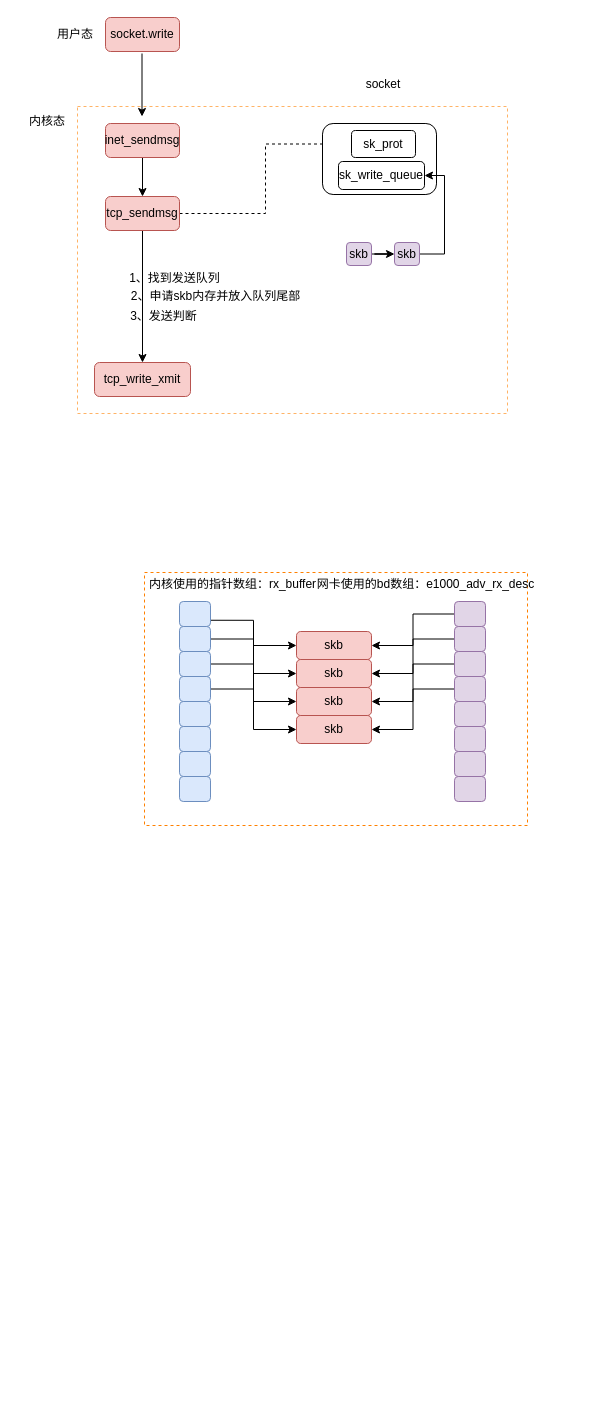
This is linux/Linux内核是如何发送数据的.drawio from xmopen/drawio, a draw.io file, before an edit. Source tidied: cells renumbered, new cells numbered last; positions are measured from the earlier drawing's top-left corner, leaving out a move shared by most shapes. Both pictures are drawn from the tidied source at 100%, with x=0, y=0 at pixel (17, 17).
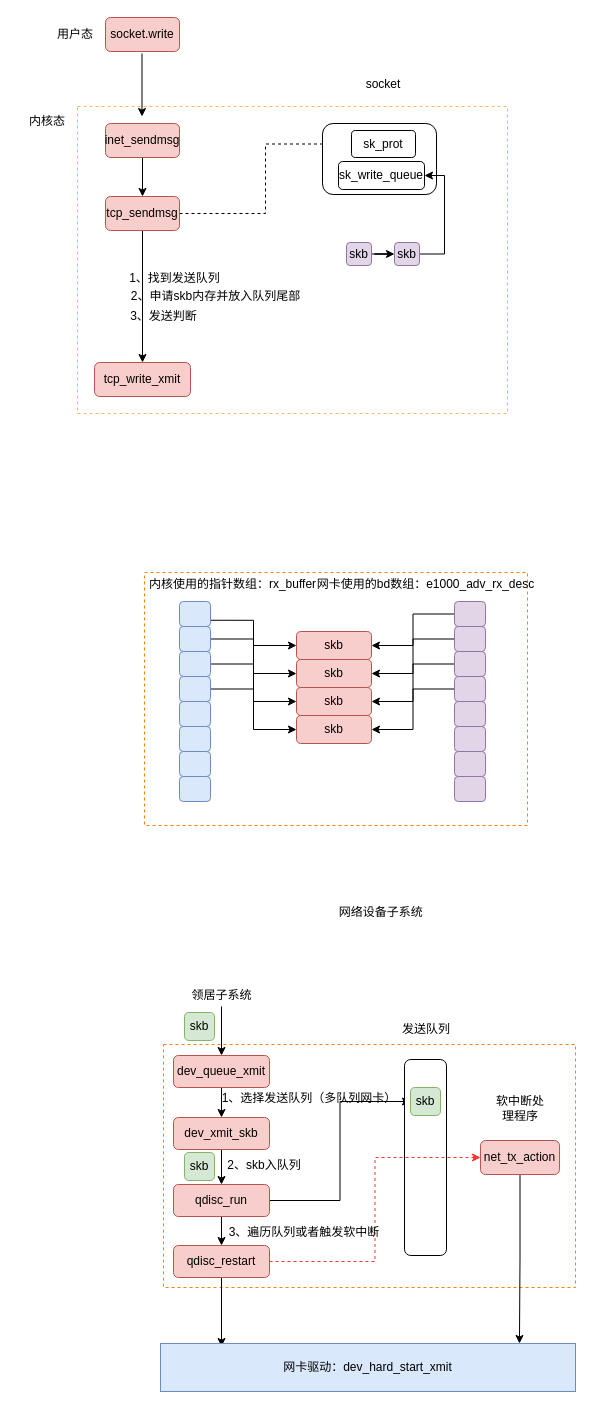
The same diagram, later.

Commit message:
feat：网络设备子系统工作原理

The edit, as a diff of the source:
```diff
@@
+    <mxCell id="55" value="&amp;nbsp;网络设备子系统" style="text;html=1;strokeColor=none;fillColor=none;align=center;verticalAlign=middle;whiteSpace=wrap;rounded=0;" parent="1" vertex="1">
+      <mxGeometry x="292" y="883" width="140" height="23" as="geometry" />
+    </mxCell>
+    <mxCell id="56" style="rounded=0;whiteSpace=wrap;html=1;dashed=1;strokeColor=#FF8000;" parent="1" vertex="1">
+      <mxGeometry x="146" y="1027" width="412" height="243" as="geometry" />
+    </mxCell>
+    <mxCell id="57" style="edgeStyle=orthogonalEdgeStyle;rounded=0;jettySize=auto;html=1;exitX=0.5;exitY=1;exitDx=0;exitDy=0;entryX=0.5;entryY=0;entryDx=0;entryDy=0;" parent="1" edge="1" source="58" target="62">
+      <mxGeometry relative="1" as="geometry" />
+    </mxCell>
+    <mxCell id="58" value="dev_queue_xmit" style="rounded=1;whiteSpace=wrap;html=1;fillColor=#f8cecc;strokeColor=#b85450;" parent="1" vertex="1">
+      <mxGeometry x="156" y="1038" width="96" height="32" as="geometry" />
+    </mxCell>
+    <mxCell id="59" style="edgeStyle=orthogonalEdgeStyle;rounded=0;jettySize=auto;html=1;" parent="1" edge="1" source="60" target="58">
+      <mxGeometry relative="1" as="geometry" />
+    </mxCell>
+    <mxCell id="60" value="领居子系统" style="text;html=1;strokeColor=none;fillColor=none;align=center;verticalAlign=middle;whiteSpace=wrap;rounded=0;" parent="1" vertex="1">
+      <mxGeometry x="163.5" y="967" width="81" height="22" as="geometry" />
+    </mxCell>
+    <mxCell id="61" style="edgeStyle=orthogonalEdgeStyle;rounded=0;jettySize=auto;html=1;exitX=0.5;exitY=1;exitDx=0;exitDy=0;entryX=0.5;entryY=0;entryDx=0;entryDy=0;" parent="1" edge="1" source="62" target="66">
+      <mxGeometry relative="1" as="geometry" />
+    </mxCell>
+    <mxCell id="62" value="dev_xmit_skb" style="rounded=1;whiteSpace=wrap;html=1;fillColor=#f8cecc;strokeColor=#b85450;" parent="1" vertex="1">
+      <mxGeometry x="156" y="1100" width="96" height="32" as="geometry" />
+    </mxCell>
+    <mxCell id="63" value="1、选择发送队列（多队列网卡）" style="text;html=1;strokeColor=none;fillColor=none;align=center;verticalAlign=middle;whiteSpace=wrap;rounded=0;" parent="1" vertex="1">
+      <mxGeometry x="197" y="1072" width="190" height="18" as="geometry" />
+    </mxCell>
+    <mxCell id="64" style="edgeStyle=orthogonalEdgeStyle;rounded=0;jettySize=auto;html=1;exitX=1;exitY=0.5;exitDx=0;exitDy=0;entryX=0;entryY=0.5;entryDx=0;entryDy=0;" parent="1" edge="1" source="66" target="71">
+      <mxGeometry relative="1" as="geometry" />
+    </mxCell>
+    <mxCell id="65" style="edgeStyle=orthogonalEdgeStyle;rounded=0;jettySize=auto;html=1;exitX=0.5;exitY=1;exitDx=0;exitDy=0;" parent="1" edge="1" source="66" target="75">
+      <mxGeometry relative="1" as="geometry" />
+    </mxCell>
+    <mxCell id="66" value="qdisc_run" style="rounded=1;whiteSpace=wrap;html=1;fillColor=#f8cecc;strokeColor=#b85450;" parent="1" vertex="1">
+      <mxGeometry x="156" y="1167" width="96" height="32" as="geometry" />
+    </mxCell>
+    <mxCell id="67" value="2、skb入队列" style="text;html=1;strokeColor=none;fillColor=none;align=center;verticalAlign=middle;whiteSpace=wrap;rounded=0;" parent="1" vertex="1">
+      <mxGeometry x="202" y="1135" width="90" height="26" as="geometry" />
+    </mxCell>
+    <mxCell id="68" value="skb" style="rounded=1;whiteSpace=wrap;html=1;fillColor=#d5e8d4;strokeColor=#82b366;" parent="1" vertex="1">
+      <mxGeometry x="167" y="995" width="30" height="28" as="geometry" />
+    </mxCell>
+    <mxCell id="69" value="skb" style="rounded=1;whiteSpace=wrap;html=1;fillColor=#d5e8d4;strokeColor=#82b366;" parent="1" vertex="1">
+      <mxGeometry x="167" y="1135" width="30" height="28" as="geometry" />
+    </mxCell>
+    <mxCell id="70" style="rounded=1;whiteSpace=wrap;html=1;" parent="1" vertex="1">
+      <mxGeometry x="387" y="1042" width="42" height="196" as="geometry" />
+    </mxCell>
+    <mxCell id="71" value="skb" style="rounded=1;whiteSpace=wrap;html=1;fillColor=#d5e8d4;strokeColor=#82b366;" parent="1" vertex="1">
+      <mxGeometry x="393" y="1070" width="30" height="28" as="geometry" />
+    </mxCell>
+    <mxCell id="72" value="发送队列" style="text;html=1;strokeColor=none;fillColor=none;align=center;verticalAlign=middle;whiteSpace=wrap;rounded=0;" parent="1" vertex="1">
+      <mxGeometry x="379" y="997" width="60" height="30" as="geometry" />
+    </mxCell>
+    <mxCell id="73" style="edgeStyle=orthogonalEdgeStyle;rounded=0;jettySize=auto;html=1;exitX=1;exitY=0.5;exitDx=0;exitDy=0;entryX=0;entryY=0.5;entryDx=0;entryDy=0;dashed=1;strokeColor=#FF3333;" parent="1" edge="1" source="75" target="78">
+      <mxGeometry relative="1" as="geometry" />
+    </mxCell>
+    <mxCell id="74" style="edgeStyle=orthogonalEdgeStyle;rounded=0;jettySize=auto;html=1;exitX=0.5;exitY=1;exitDx=0;exitDy=0;entryX=0.147;entryY=0.063;entryDx=0;entryDy=0;entryPerimeter=0;" parent="1" edge="1" source="75" target="80">
+      <mxGeometry relative="1" as="geometry" />
+    </mxCell>
+    <mxCell id="75" value="qdisc_restart" style="rounded=1;whiteSpace=wrap;html=1;fillColor=#f8cecc;strokeColor=#b85450;" parent="1" vertex="1">
+      <mxGeometry x="156" y="1228" width="96" height="32" as="geometry" />
+    </mxCell>
+    <mxCell id="76" value="3、遍历队列或者触发软中断" style="text;html=1;strokeColor=none;fillColor=none;align=center;verticalAlign=middle;whiteSpace=wrap;rounded=0;" parent="1" vertex="1">
+      <mxGeometry x="208" y="1199" width="158" height="31" as="geometry" />
+    </mxCell>
+    <mxCell id="77" style="edgeStyle=orthogonalEdgeStyle;rounded=0;jettySize=auto;html=1;exitX=0.5;exitY=1;exitDx=0;exitDy=0;entryX=0.865;entryY=0;entryDx=0;entryDy=0;entryPerimeter=0;" parent="1" edge="1" source="78" target="80">
+      <mxGeometry relative="1" as="geometry" />
+    </mxCell>
+    <mxCell id="78" value="net_tx_action" style="rounded=1;whiteSpace=wrap;html=1;fillColor=#f8cecc;strokeColor=#b85450;" parent="1" vertex="1">
+      <mxGeometry x="463" y="1123" width="79" height="34" as="geometry" />
+    </mxCell>
+    <mxCell id="79" value="软中断处理程序" style="text;html=1;strokeColor=none;fillColor=none;align=center;verticalAlign=middle;whiteSpace=wrap;rounded=0;" parent="1" vertex="1">
+      <mxGeometry x="473" y="1076" width="60" height="30" as="geometry" />
+    </mxCell>
+    <mxCell id="80" value="网卡驱动：dev_hard_start_xmit" style="rounded=0;whiteSpace=wrap;html=1;fillColor=#dae8fc;strokeColor=#6c8ebf;" parent="1" vertex="1">
+      <mxGeometry x="143" y="1326" width="415" height="48" as="geometry" />
+    </mxCell>
```
